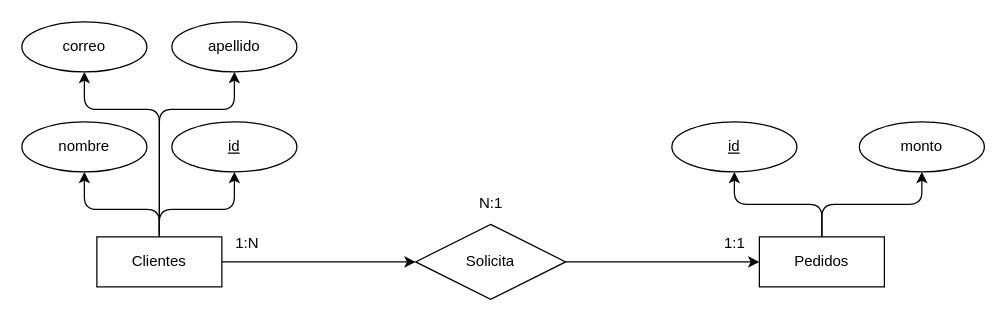
Earlier version of the draw.io diagram base-de-datos/02-ejercicios/02-empresa/MR.drawio (4l3j0Ok/institute-second-year). Source tidied: cells renumbered, new cells numbered last; positions are measured from the earlier drawing's top-left corner, leaving out a move shared by most shapes. Both pictures are drawn from the tidied source at 125%, with x=0, y=0 at pixel (21, 21).
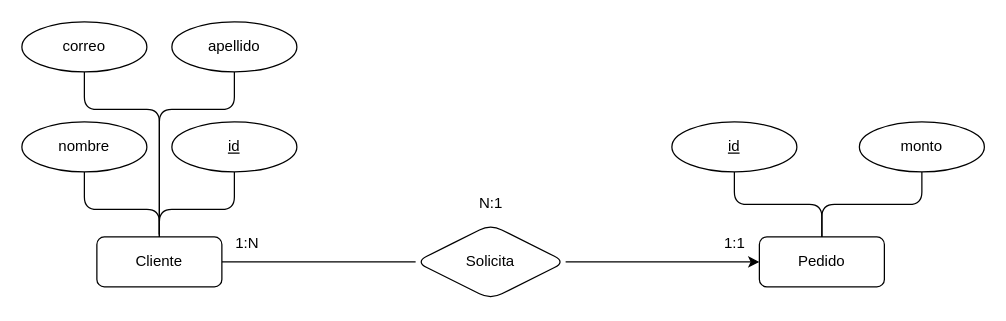
The same diagram, later.

The edit, as a diff of the source:
```diff
@@
-    <mxCell id="2" style="edgeStyle=none;html=1;exitX=1;exitY=0.5;exitDx=0;exitDy=0;" parent="1" edge="1" source="3" target="12">
+    <mxCell id="2" style="edgeStyle=none;html=1;exitX=1;exitY=0.5;exitDx=0;exitDy=0;endArrow=classic;endFill=1;" parent="1" edge="1" source="3" target="12">
       <mxGeometry relative="1" as="geometry" />
     </mxCell>
-    <mxCell id="3" value="Solicita" style="shape=rhombus;perimeter=rhombusPerimeter;whiteSpace=wrap;html=1;align=center;" parent="1" vertex="1">
+    <mxCell id="3" value="Solicita" style="shape=rhombus;perimeter=rhombusPerimeter;whiteSpace=wrap;html=1;align=center;rounded=1;" parent="1" vertex="1">
       <mxGeometry x="315" y="162" width="120" height="60" as="geometry" />
     </mxCell>
-    <mxCell id="4" style="edgeStyle=none;html=1;entryX=0;entryY=0.5;entryDx=0;entryDy=0;" parent="1" edge="1" source="9" target="3">
+    <mxCell id="4" style="edgeStyle=none;html=1;entryX=0;entryY=0.5;entryDx=0;entryDy=0;endArrow=none;endFill=0;" parent="1" edge="1" source="9" target="3">
       <mxGeometry relative="1" as="geometry" />
     </mxCell>
-    <mxCell id="5" style="edgeStyle=orthogonalEdgeStyle;html=1;entryX=0.5;entryY=1;entryDx=0;entryDy=0;exitX=0.5;exitY=0;exitDx=0;exitDy=0;" parent="1" edge="1" source="9" target="16">
+    <mxCell id="5" style="edgeStyle=orthogonalEdgeStyle;html=1;entryX=0.5;entryY=1;entryDx=0;entryDy=0;exitX=0.5;exitY=0;exitDx=0;exitDy=0;endArrow=none;endFill=0;" parent="1" edge="1" source="9" target="16">
       <mxGeometry relative="1" as="geometry">
         <Array as="points">
           <mxPoint x="110" y="150" />
           <mxPoint x="50" y="150" />
         </Array>
       </mxGeometry>
     </mxCell>
-    <mxCell id="6" style="edgeStyle=orthogonalEdgeStyle;html=1;entryX=0.5;entryY=1;entryDx=0;entryDy=0;" parent="1" edge="1" target="17">
+    <mxCell id="6" style="edgeStyle=orthogonalEdgeStyle;html=1;entryX=0.5;entryY=1;entryDx=0;entryDy=0;endArrow=none;endFill=0;" parent="1" edge="1" target="17">
       <mxGeometry relative="1" as="geometry">
         <mxPoint x="110" y="170" as="sourcePoint" />
         <Array as="points">
           <mxPoint x="110" y="150" />
           <mxPoint x="170" y="150" />
         </Array>
       </mxGeometry>
     </mxCell>
-    <mxCell id="7" style="edgeStyle=orthogonalEdgeStyle;html=1;entryX=0.5;entryY=1;entryDx=0;entryDy=0;exitX=0.5;exitY=0;exitDx=0;exitDy=0;" parent="1" edge="1" target="19">
+    <mxCell id="7" style="edgeStyle=orthogonalEdgeStyle;html=1;entryX=0.5;entryY=1;entryDx=0;entryDy=0;exitX=0.5;exitY=0;exitDx=0;exitDy=0;endArrow=none;endFill=0;" parent="1" edge="1" target="19">
       <mxGeometry relative="1" as="geometry">
         <mxPoint x="110" y="172" as="sourcePoint" />
         <Array as="points">
           <mxPoint x="110" y="70" />
           <mxPoint x="50" y="70" />
         </Array>
       </mxGeometry>
     </mxCell>
-    <mxCell id="8" style="edgeStyle=orthogonalEdgeStyle;html=1;entryX=0.5;entryY=1;entryDx=0;entryDy=0;" parent="1" edge="1" target="20">
+    <mxCell id="8" style="edgeStyle=orthogonalEdgeStyle;html=1;entryX=0.5;entryY=1;entryDx=0;entryDy=0;endArrow=none;endFill=0;" parent="1" edge="1" target="20">
       <mxGeometry relative="1" as="geometry">
         <mxPoint x="110" y="170" as="sourcePoint" />
         <Array as="points">
           <mxPoint x="110" y="70" />
           <mxPoint x="170" y="70" />
         </Array>
       </mxGeometry>
     </mxCell>
-    <mxCell id="9" value="Clientes" style="whiteSpace=wrap;html=1;align=center;" parent="1" vertex="1">
+    <mxCell id="9" value="Cliente" style="whiteSpace=wrap;html=1;align=center;rounded=1;" parent="1" vertex="1">
       <mxGeometry x="60" y="172" width="100" height="40" as="geometry" />
     </mxCell>
-    <mxCell id="10" style="edgeStyle=orthogonalEdgeStyle;html=1;entryX=0.5;entryY=1;entryDx=0;entryDy=0;exitX=0.5;exitY=0;exitDx=0;exitDy=0;" parent="1" edge="1" source="12" target="18">
+    <mxCell id="10" style="edgeStyle=orthogonalEdgeStyle;html=1;entryX=0.5;entryY=1;entryDx=0;entryDy=0;exitX=0.5;exitY=0;exitDx=0;exitDy=0;endArrow=none;endFill=0;" parent="1" edge="1" source="12" target="18">
       <mxGeometry relative="1" as="geometry" />
     </mxCell>
-    <mxCell id="11" style="edgeStyle=orthogonalEdgeStyle;html=1;exitX=0.5;exitY=0;exitDx=0;exitDy=0;entryX=0.5;entryY=1;entryDx=0;entryDy=0;" parent="1" edge="1" source="12" target="21">
+    <mxCell id="11" style="edgeStyle=orthogonalEdgeStyle;html=1;exitX=0.5;exitY=0;exitDx=0;exitDy=0;entryX=0.5;entryY=1;entryDx=0;entryDy=0;endArrow=none;endFill=0;" parent="1" edge="1" source="12" target="21">
       <mxGeometry relative="1" as="geometry" />
     </mxCell>
-    <mxCell id="12" value="Pedidos" style="whiteSpace=wrap;html=1;align=center;" parent="1" vertex="1">
+    <mxCell id="12" value="Pedido" style="whiteSpace=wrap;html=1;align=center;rounded=1;" parent="1" vertex="1">
       <mxGeometry x="590" y="172" width="100" height="40" as="geometry" />
     </mxCell>
-    <mxCell id="13" value="1:N" style="text;html=1;align=center;verticalAlign=middle;strokeColor=none;fillColor=none;" parent="1" vertex="1">
+    <mxCell id="13" value="1:N" style="text;html=1;align=center;verticalAlign=middle;strokeColor=none;fillColor=none;rounded=1;" parent="1" vertex="1">
       <mxGeometry x="160" y="162" width="40" height="30" as="geometry" />
     </mxCell>
-    <mxCell id="14" value="1:1" style="text;html=1;align=center;verticalAlign=middle;strokeColor=none;fillColor=none;" parent="1" vertex="1">
+    <mxCell id="14" value="1:1" style="text;html=1;align=center;verticalAlign=middle;strokeColor=none;fillColor=none;rounded=1;" parent="1" vertex="1">
       <mxGeometry x="550" y="162" width="40" height="30" as="geometry" />
     </mxCell>
-    <mxCell id="15" value="N:1" style="text;html=1;align=center;verticalAlign=middle;strokeColor=none;fillColor=none;" parent="1" vertex="1">
+    <mxCell id="15" value="N:1" style="text;html=1;align=center;verticalAlign=middle;strokeColor=none;fillColor=none;rounded=1;" parent="1" vertex="1">
       <mxGeometry x="355" y="130" width="40" height="30" as="geometry" />
     </mxCell>
-    <mxCell id="16" value="nombre" style="ellipse;whiteSpace=wrap;html=1;align=center;" parent="1" vertex="1">
+    <mxCell id="16" value="nombre" style="ellipse;whiteSpace=wrap;html=1;align=center;rounded=1;" parent="1" vertex="1">
       <mxGeometry y="80" width="100" height="40" as="geometry" />
     </mxCell>
-    <mxCell id="17" value="id" style="ellipse;whiteSpace=wrap;html=1;align=center;fontStyle=4;" parent="1" vertex="1">
+    <mxCell id="17" value="id" style="ellipse;whiteSpace=wrap;html=1;align=center;fontStyle=4;rounded=1;" parent="1" vertex="1">
       <mxGeometry x="120" y="80" width="100" height="40" as="geometry" />
     </mxCell>
-    <mxCell id="18" value="id" style="ellipse;whiteSpace=wrap;html=1;align=center;fontStyle=4;" parent="1" vertex="1">
+    <mxCell id="18" value="id" style="ellipse;whiteSpace=wrap;html=1;align=center;fontStyle=4;rounded=1;" parent="1" vertex="1">
       <mxGeometry x="520" y="80" width="100" height="40" as="geometry" />
     </mxCell>
-    <mxCell id="19" value="correo" style="ellipse;whiteSpace=wrap;html=1;align=center;" parent="1" vertex="1">
+    <mxCell id="19" value="correo" style="ellipse;whiteSpace=wrap;html=1;align=center;rounded=1;" parent="1" vertex="1">
       <mxGeometry width="100" height="40" as="geometry" />
     </mxCell>
-    <mxCell id="20" value="apellido" style="ellipse;whiteSpace=wrap;html=1;align=center;" parent="1" vertex="1">
+    <mxCell id="20" value="apellido" style="ellipse;whiteSpace=wrap;html=1;align=center;rounded=1;" parent="1" vertex="1">
       <mxGeometry x="120" width="100" height="40" as="geometry" />
     </mxCell>
-    <mxCell id="21" value="monto" style="ellipse;whiteSpace=wrap;html=1;align=center;" parent="1" vertex="1">
+    <mxCell id="21" value="monto" style="ellipse;whiteSpace=wrap;html=1;align=center;rounded=1;" parent="1" vertex="1">
       <mxGeometry x="670" y="80" width="100" height="40" as="geometry" />
     </mxCell>
```
